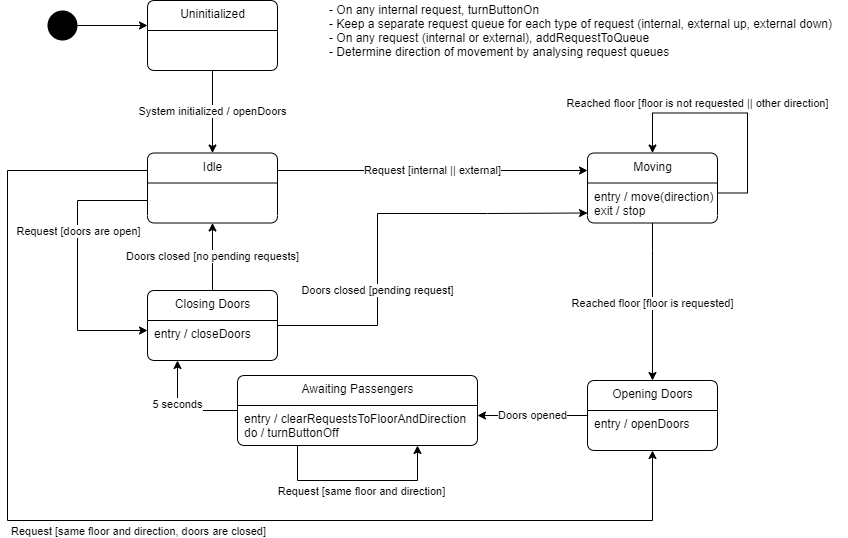
danilofuchs/TM4C1294_Elevator_Control keeps this draw.io diagram as detalhado/elevator_state_machine.png. Above is the earlier version. Source tidied: cells renumbered, new cells last; positions are measured from the earlier drawing's top-left corner, leaving out a move shared by most shapes.
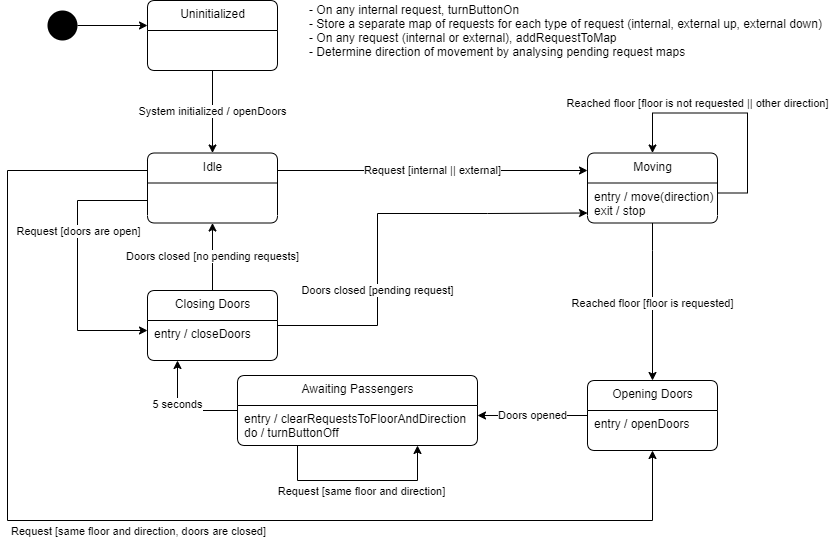
Above is the later version.

Commit message:
chore: Rename queues to map in docs

The edit, as a diff of the source:
```diff
@@ -131,8 +131,8 @@
         <mxPoint x="205" y="70" as="sourcePoint" />
       </mxGeometry>
     </mxCell>
-    <mxCell id="28" value="- On any internal&amp;nbsp;request, turnButtonOn&lt;br&gt;- Keep a separate request queue for each type of request (internal, external up, external down)&lt;br&gt;- On any request (internal or external), addRequestToQueue&lt;br&gt;&lt;div&gt;&lt;span&gt;- Determine direction of movement by analysing request queues&lt;/span&gt;&lt;/div&gt;" style="text;html=1;align=left;verticalAlign=middle;strokeColor=none;" parent="1" vertex="1">
-      <mxGeometry x="320" width="520" height="60" as="geometry" />
+    <mxCell id="28" value="- On any internal&amp;nbsp;request, turnButtonOn&lt;br&gt;- Store a separate map of requests for each type of request (internal, external up, external down)&lt;br&gt;- On any request (internal or external), addRequestToMap&lt;br&gt;&lt;div&gt;&lt;span&gt;- Determine direction of movement by analysing pending request maps&lt;/span&gt;&lt;/div&gt;" style="text;html=1;align=left;verticalAlign=middle;strokeColor=none;" parent="1" vertex="1">
+      <mxGeometry x="300" width="530" height="60" as="geometry" />
     </mxCell>
   </root>
 </mxGraphModel>
```
